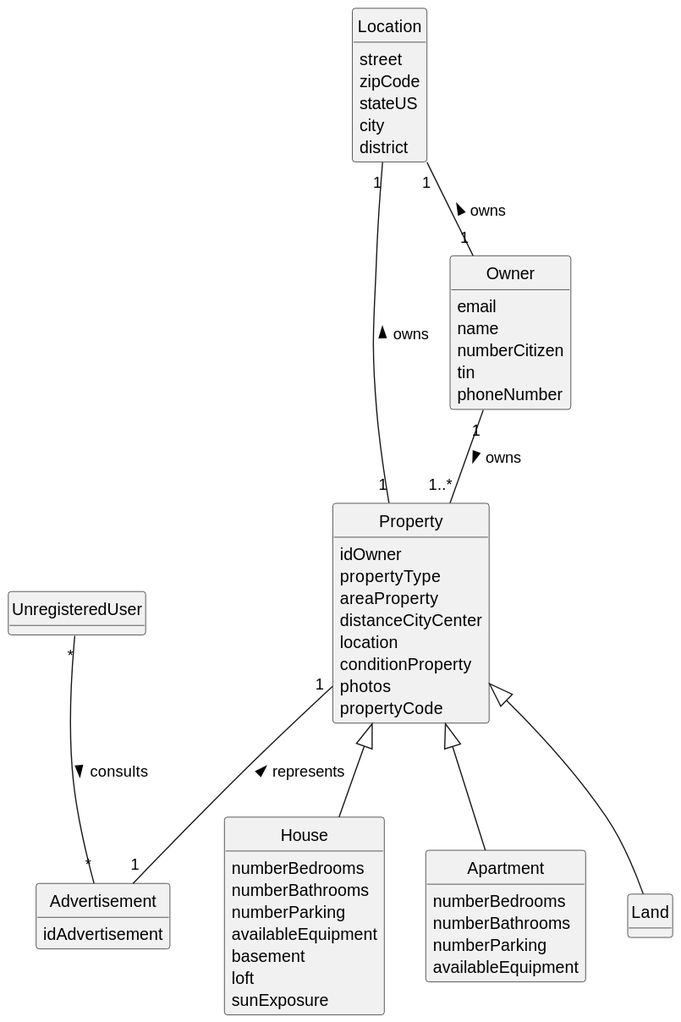
The PlantUML diagram docs/sprintA/us001/02.analysis/svg/us001-domain-model.svg in PEDROMOREIRA45/lei-23-s2-1dg-g31, before a commit.
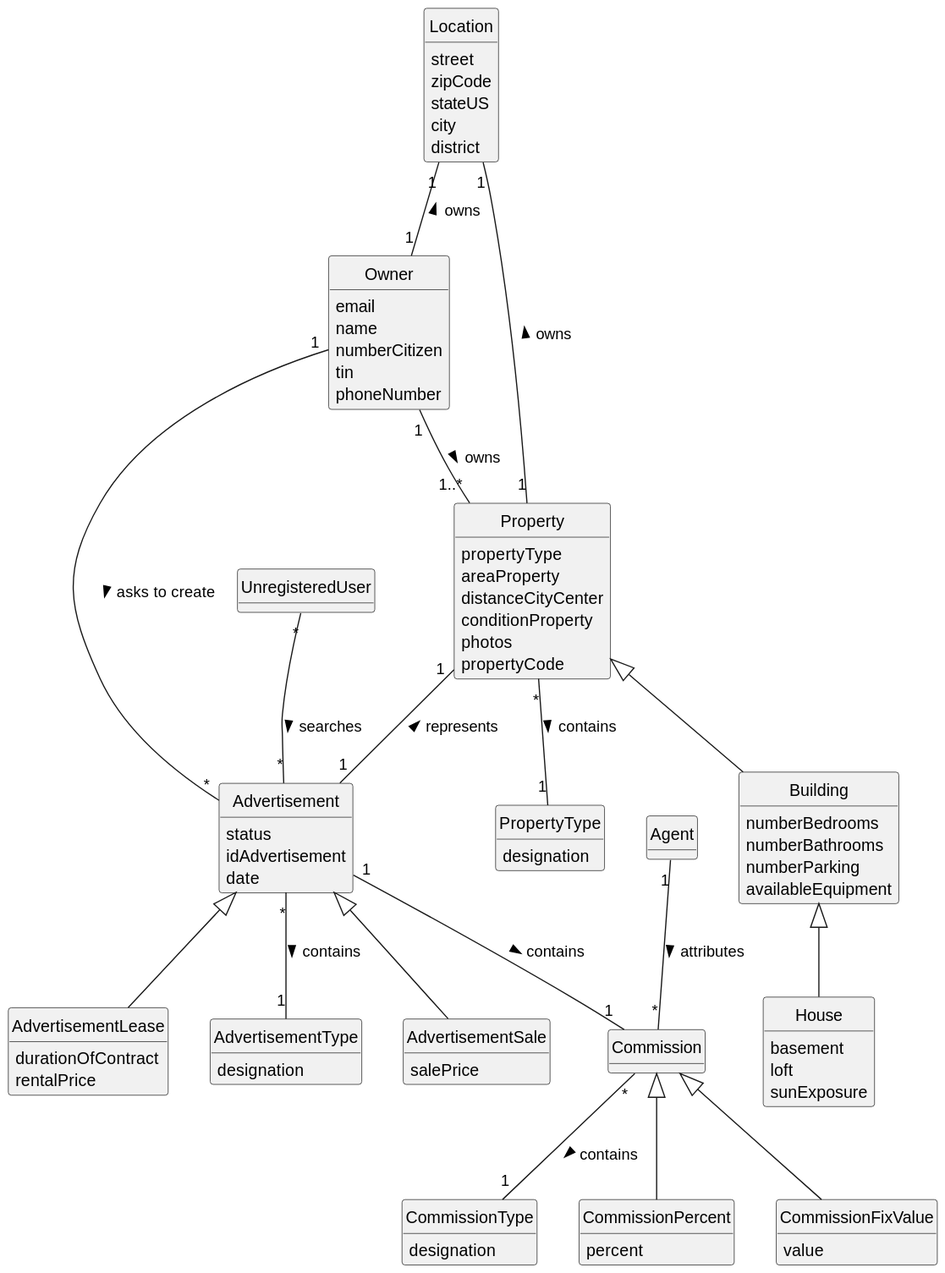
After the change.

Commit message:
domain model commission changes

Diff of the diagram source:
```diff
@@ -9,13 +9,14 @@
 hide circle
 hide methods
 
+class PropertyType{
+    designation
+}
 
 class Property{
-    idOwner
     propertyType
     areaProperty
     distanceCityCenter
-    location
     conditionProperty
     photos
     propertyCode
@@ -33,26 +34,22 @@
 
 
 class House {
-    numberBedrooms
-    numberBathrooms
-    numberParking
-    availableEquipment
     basement
     loft
     sunExposure
 }
 
-class Apartment{
+class Building{
     numberBedrooms
     numberBathrooms
     numberParking
     availableEquipment
 }
 
-class Land
-
 class Advertisement {
+    status
     idAdvertisement
+    date
 }
 
 class Location{
@@ -63,14 +60,50 @@
     district
 }
 
+class AdvertisementSale {
+    salePrice
+}
+
+class AdvertisementLease {
+    durationOfContract
+    rentalPrice
+
+}
+
+class AdvertisementType {
+    designation
+}
+
+class Commission{
+
+}
+class CommissionType{
+    designation
+}
+class CommissionPercent{
+    percent
+}
+class CommissionFixValue{
+    value
+}
 
 
-UnregisteredUser "*" -- "*" Advertisement: consults >
+
+UnregisteredUser "*" -- "*" Advertisement: searches >
 Owner "1"--"1..*" Property: owns >
-Property  <|-- Land
-Property <|-- Apartment
-Property <|-- House
+Property <|-- Building
+Property "*" -- "1" PropertyType: contains >
+Building <|-- House
 Property "1" -- "1" Advertisement: represents <
 Location "1" -- "1" Property: owns <
 Location "1" -- "1" Owner: owns <
+Owner "1" -- "*" Advertisement: asks to create >
+Advertisement <|-- AdvertisementSale
+Advertisement <|-- AdvertisementLease
+Advertisement "*" -- "1" AdvertisementType: contains >
+Commission <|-- CommissionFixValue
+Commission <|-- CommissionPercent
+Commission "*" -- "1" CommissionType: contains >
+Advertisement "1" -- "1" Commission: contains >
+Agent "1" -- "*" Commission: attributes >
 @enduml
```
